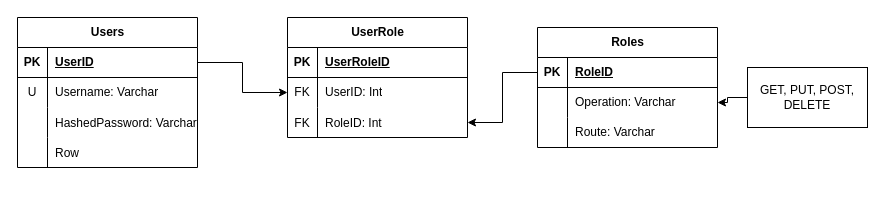
Earlier version of the draw.io diagram Documentation/system.drawio (TheChar/SphereAPI). Source tidied: cells renumbered, new cells numbered last; positions are measured from the earlier drawing's top-left corner, leaving out a move shared by most shapes. Both pictures are drawn from the tidied source at 100%, with x=0, y=0 at pixel (17, 17).
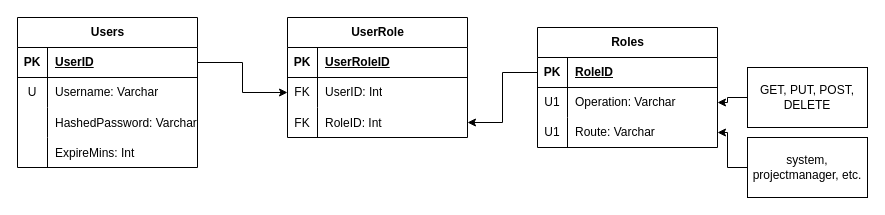
The same diagram, later.

Commit message (it also covers changes not shown here):
more system routes and security

The change refers to these unchanged cells:
```xml
<mxCell id="12" style="shape=tableRow;horizontal=0;startSize=0;swimlaneHead=0;swimlaneBody=0;fillColor=none;top=0;left=0;right=0;bottom=0;" parent="2" vertex="1">
  <mxGeometry y="120" width="180" height="30" as="geometry" />
</mxCell>
<mxCell id="29" style="shape=tableRow;horizontal=0;startSize=0;swimlaneHead=0;swimlaneBody=0;fillColor=none;points=[[0,0.5],[1,0.5]];portConstraint=eastwest;top=0;left=0;right=0;bottom=0;" parent="25" vertex="1">
  <mxGeometry y="60" width="180" height="30" as="geometry" />
</mxCell>
<mxCell id="32" style="shape=tableRow;horizontal=0;startSize=0;swimlaneHead=0;swimlaneBody=0;fillColor=none;points=[[0,0.5],[1,0.5]];portConstraint=eastwest;top=0;left=0;right=0;bottom=0;" parent="25" vertex="1">
  <mxGeometry y="90" width="180" height="30" as="geometry" />
</mxCell>
```

What changed in the source:
```diff
@@
-    <mxCell id="14" value="Row" style="shape=partialRectangle;fillColor=none;top=0;left=0;bottom=0;right=0;align=left;spacingLeft=6;overflow=hidden;" parent="12" vertex="1">
+    <mxCell id="14" value="ExpireMins: Int" style="shape=partialRectangle;fillColor=none;top=0;left=0;bottom=0;right=0;align=left;spacingLeft=6;overflow=hidden;" parent="12" vertex="1">
       <mxGeometry x="30" width="150" height="30" as="geometry" />
     </mxCell>
@@
-    <mxCell id="30" style="shape=partialRectangle;fillColor=none;top=0;left=0;bottom=0;right=0;overflow=hidden;whiteSpace=wrap;html=1;" parent="29" vertex="1">
+    <mxCell id="30" value="U1" style="shape=partialRectangle;fillColor=none;top=0;left=0;bottom=0;right=0;overflow=hidden;whiteSpace=wrap;html=1;" parent="29" vertex="1">
       <mxGeometry width="30" height="30" as="geometry" />
     </mxCell>
@@
-    <mxCell id="33" style="shape=partialRectangle;fillColor=none;top=0;left=0;bottom=0;right=0;overflow=hidden;whiteSpace=wrap;html=1;" parent="32" vertex="1">
+    <mxCell id="33" value="U1" style="shape=partialRectangle;fillColor=none;top=0;left=0;bottom=0;right=0;overflow=hidden;whiteSpace=wrap;html=1;" parent="32" vertex="1">
       <mxGeometry width="30" height="30" as="geometry" />
     </mxCell>
@@
+    <mxCell id="39" style="edgeStyle=orthogonalEdgeStyle;rounded=0;jettySize=auto;html=1;entryX=1;entryY=0.5;entryDx=0;entryDy=0;" parent="1" edge="1" source="40" target="32">
+      <mxGeometry relative="1" as="geometry" />
+    </mxCell>
+    <mxCell id="40" value="system, projectmanager, etc." style="rounded=0;whiteSpace=wrap;html=1;" parent="1" vertex="1">
+      <mxGeometry x="730" y="120" width="120" height="60" as="geometry" />
+    </mxCell>
```
